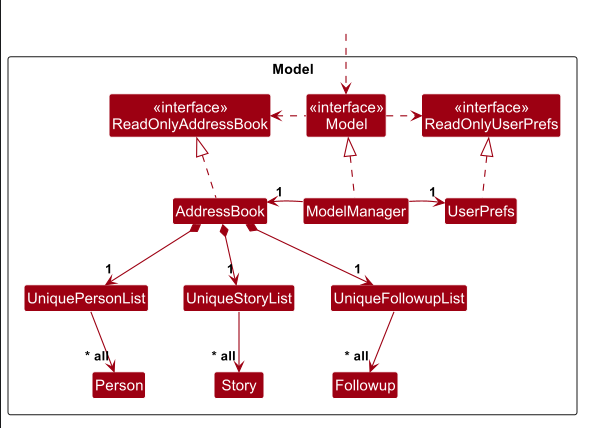
Earlier version of the PlantUML export docs/images/ModelClassDiagram.png (AY2627S1-CS2103T-T13-3/tp). Its source is kept beside it as docs/diagrams/ModelClassDiagram.puml.
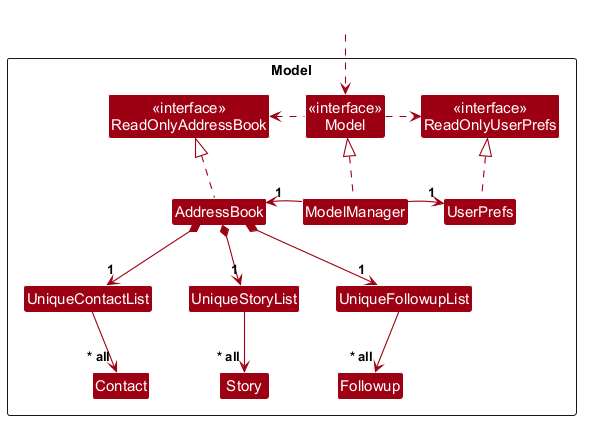
After the change.

Change to the diagram source:
```diff
@@ -12,8 +12,8 @@
 Class ModelManager
 Class UserPrefs
 
-Class UniquePersonList
-Class Person
+Class UniqueContactList
+Class Contact
 
 Class UniqueStoryList
 Class Story
@@ -31,10 +31,10 @@
 AddressBook -[hidden]right-> ModelManager
 ModelManager -[hidden]right-> UserPrefs
 
-UniquePersonList -[hidden]right-> UniqueStoryList
+UniqueContactList -[hidden]right-> UniqueStoryList
 UniqueStoryList -[hidden]right-> UniqueFollowupList
 
-Person -[hidden]right-> Story
+Contact -[hidden]right-> Story
 Story -[hidden]right-> Followup
 
 AddressBook .up.|> ReadOnlyAddressBook
@@ -45,11 +45,11 @@
 ModelManager -right-> "1" UserPrefs
 UserPrefs .up.|> ReadOnlyUserPrefs
 
-AddressBook *--> "1" UniquePersonList
+AddressBook *--> "1" UniqueContactList
 AddressBook *--> "1" UniqueStoryList
 AddressBook *--> "1" UniqueFollowupList
 
-UniquePersonList --> "~* all" Person
+UniqueContactList --> "~* all" Contact
 UniqueStoryList --> "~* all" Story
 UniqueFollowupList --> "~* all" Followup
 
```
